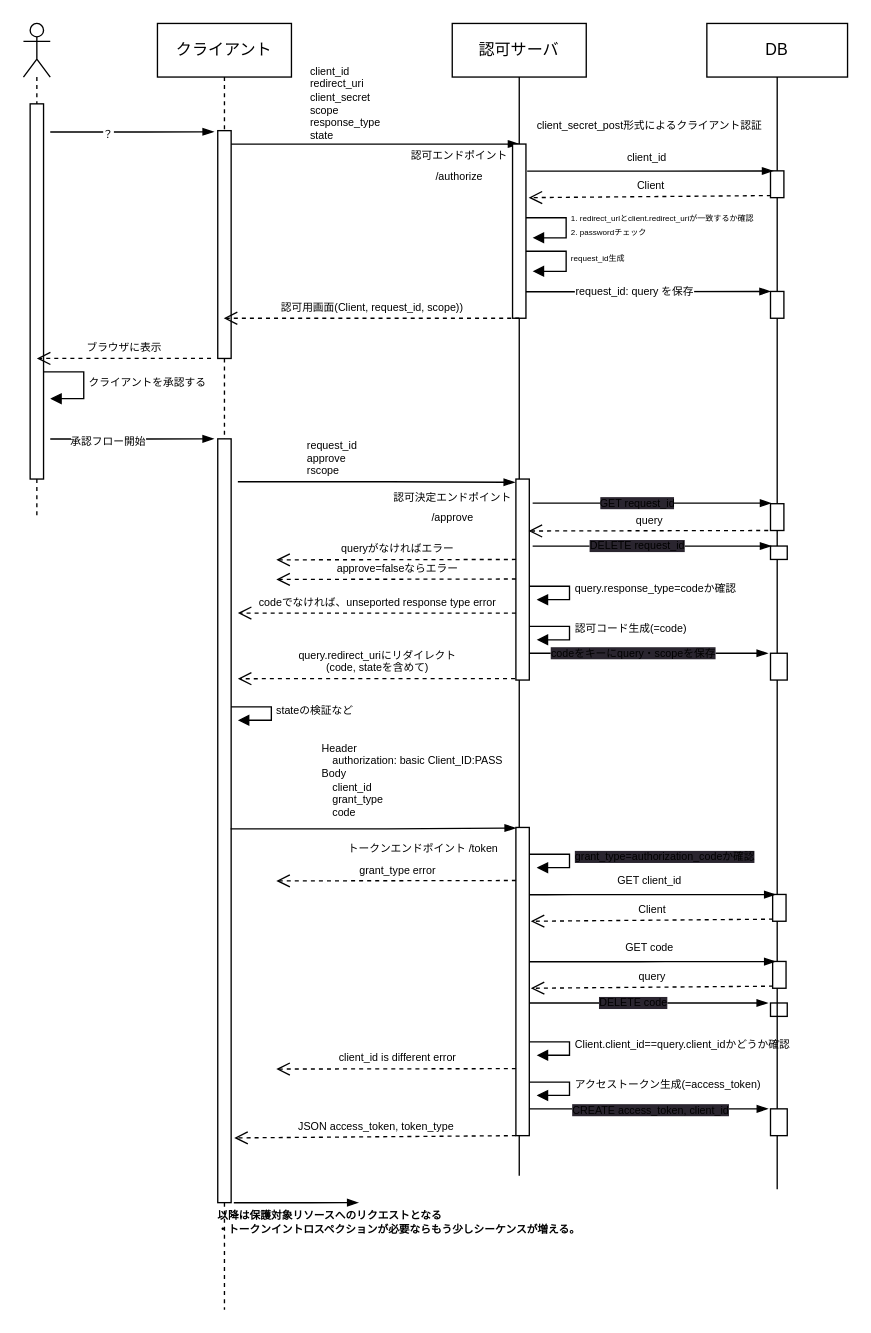
Earlier version of the draw.io diagram Authorization_Code_Flow(authorize_server).drawio (KEN3pei/oauth-hands-on). Source tidied: cells renumbered, new cells numbered last; positions are measured from the earlier drawing's top-left corner, leaving out a move shared by most shapes. Both pictures are drawn from the tidied source at 134%, with x=0, y=0 at pixel (23, 23).
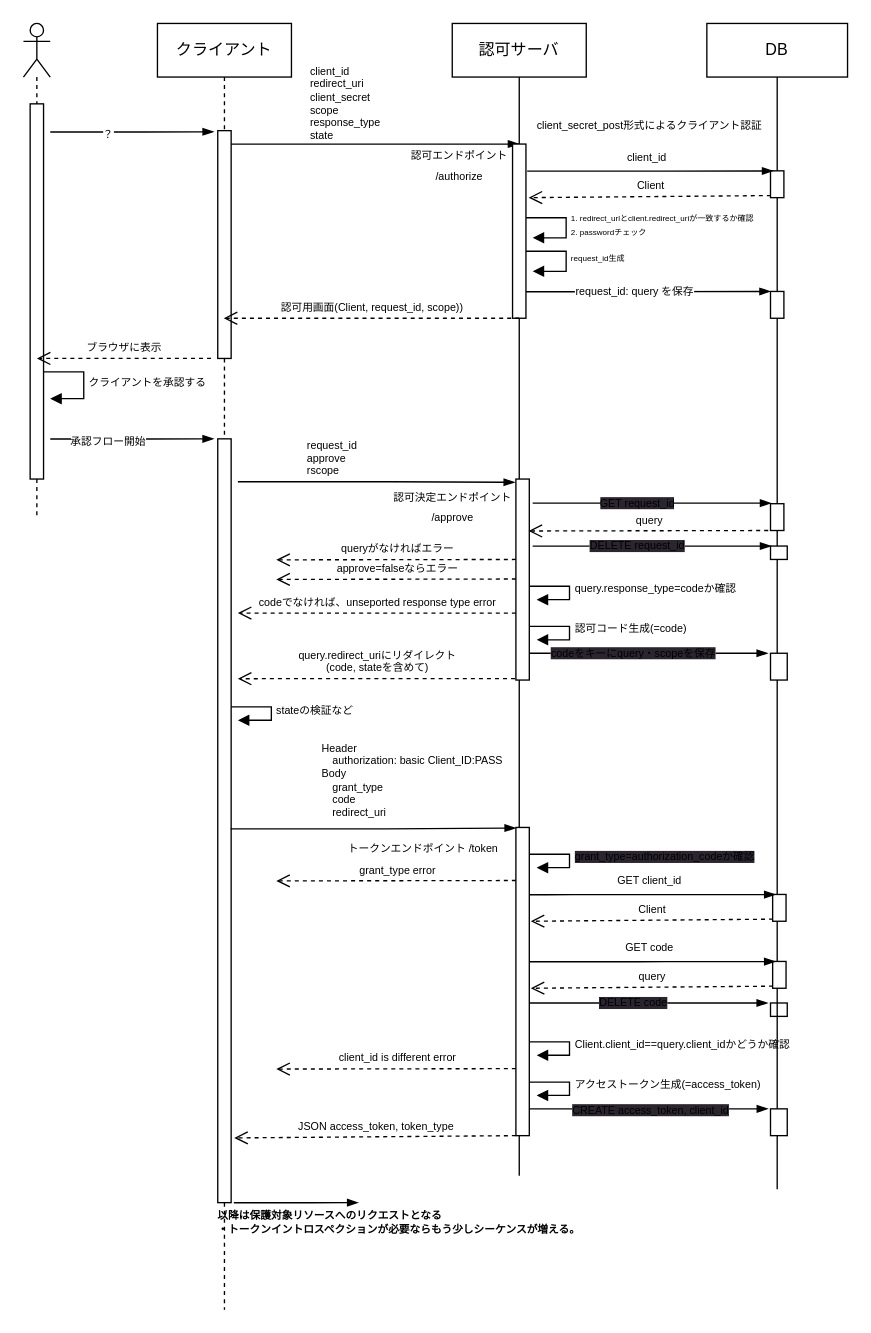
After the change.

The edit, as a diff of the source:
```diff
@@
-    <mxCell id="59" value="&lt;div style=&quot;text-align: left;&quot;&gt;&lt;span style=&quot;background-color: initial;&quot;&gt;Header&lt;/span&gt;&lt;br&gt;&lt;/div&gt;&lt;div style=&quot;text-align: left;&quot;&gt;&lt;span style=&quot;background-color: initial;&quot;&gt;　authorization: basic Client_ID:PASS&lt;/span&gt;&lt;/div&gt;&lt;div style=&quot;text-align: left;&quot;&gt;&lt;span style=&quot;background-color: initial;&quot;&gt;Body&lt;/span&gt;&lt;/div&gt;&lt;div style=&quot;text-align: left;&quot;&gt;　client_id&lt;/div&gt;&lt;div style=&quot;text-align: left;&quot;&gt;&lt;span style=&quot;background-color: initial;&quot;&gt;　grant_type&lt;/span&gt;&lt;/div&gt;&lt;div style=&quot;text-align: left;&quot;&gt;　code&lt;span style=&quot;background-color: initial;&quot;&gt;&lt;br&gt;&lt;/span&gt;&lt;/div&gt;" style="text;html=1;align=center;verticalAlign=middle;strokeColor=none;fillColor=none;fontSize=8;" parent="1" vertex="1">
+    <mxCell id="59" value="&lt;div style=&quot;text-align: left;&quot;&gt;&lt;span style=&quot;background-color: initial;&quot;&gt;Header&lt;/span&gt;&lt;br&gt;&lt;/div&gt;&lt;div style=&quot;text-align: left;&quot;&gt;&lt;span style=&quot;background-color: initial;&quot;&gt;　authorization: basic Client_ID:PASS&lt;/span&gt;&lt;/div&gt;&lt;div style=&quot;text-align: left;&quot;&gt;&lt;span style=&quot;background-color: initial;&quot;&gt;Body&lt;/span&gt;&lt;/div&gt;&lt;div style=&quot;text-align: left;&quot;&gt;&lt;/div&gt;&lt;div style=&quot;text-align: left;&quot;&gt;&lt;span style=&quot;background-color: initial;&quot;&gt;　grant_type&lt;/span&gt;&lt;/div&gt;&lt;div style=&quot;text-align: left;&quot;&gt;　code&lt;span style=&quot;background-color: initial;&quot;&gt;&lt;br&gt;&lt;/span&gt;&lt;/div&gt;&lt;div style=&quot;text-align: left;&quot;&gt;　redirect_uri&lt;/div&gt;" style="text;html=1;align=center;verticalAlign=middle;strokeColor=none;fillColor=none;fontSize=8;" parent="1" vertex="1">
       <mxGeometry x="210" y="530" width="160" height="70" as="geometry" />
     </mxCell>
```
